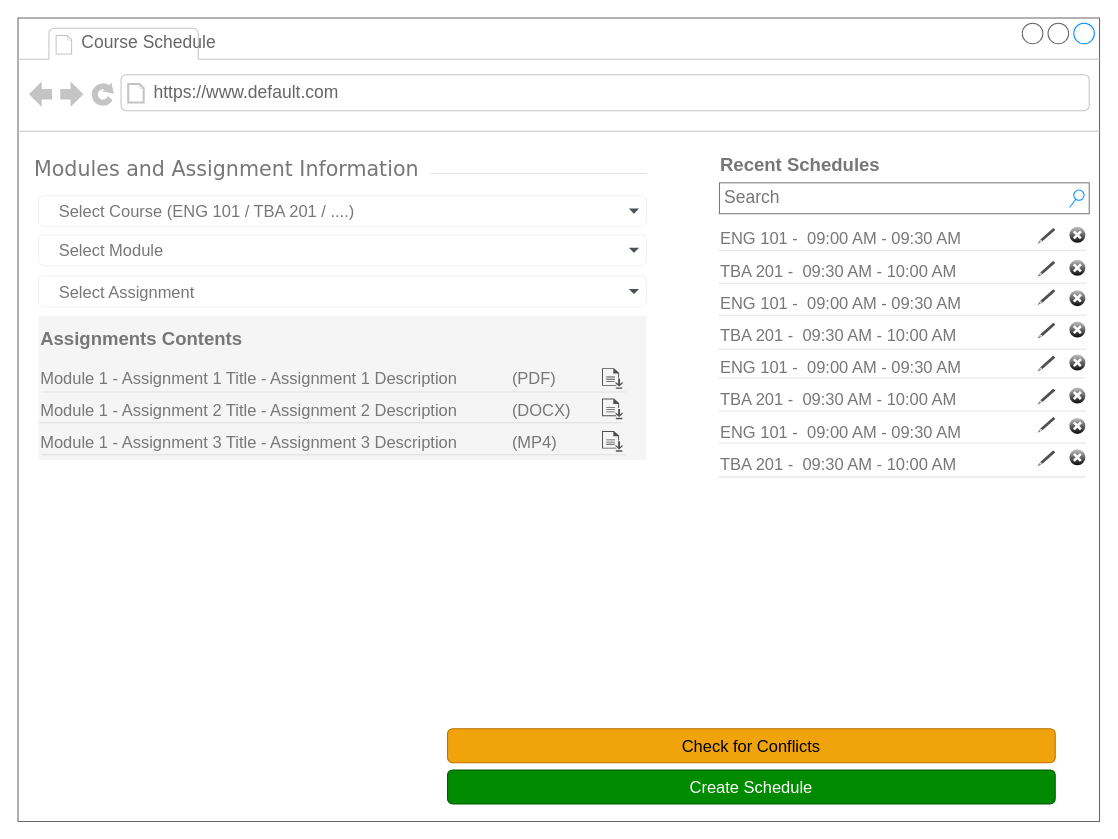
Above: page "Content Delivery and Interaction" (7 of 7) of 02 - LMS-SysCollege/04 - UI_Designs/WireFrame.drawio in ZohaibWaqarMalik/Technical-Business-Analyst-Projects (draw.io), before the change. Source tidied: cells renumbered, new cells numbered last; positions are measured from the earlier drawing's top-left corner, leaving out a move shared by most shapes. Both pictures are drawn from the tidied source at 103%, with x=0, y=0 at pixel (18, 18).
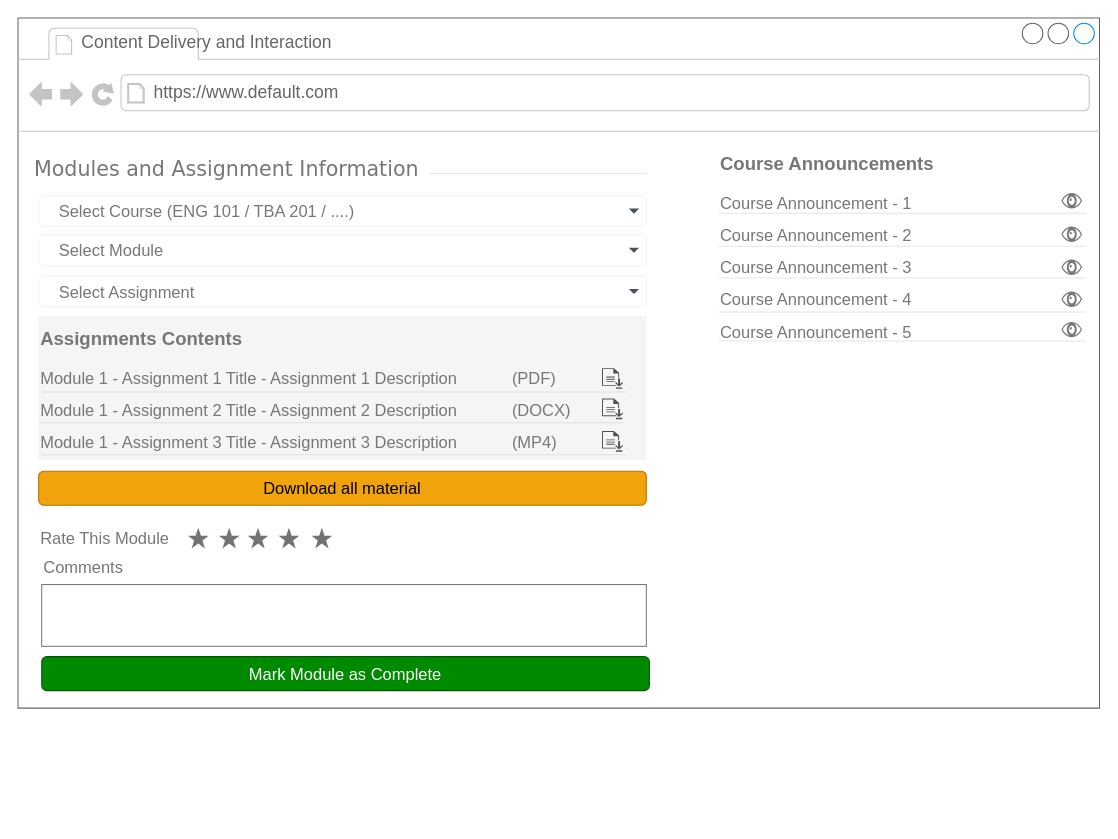
The same diagram, later.

Commit message (it also covers changes not shown here):
Update Wireframe Content Delivery and Interaction

What changed in the source:
```diff
@@
     <mxCell id="2" style="strokeWidth=1;shadow=0;dashed=0;align=center;html=1;shape=mxgraph.mockup.containers.browserWindow;rSize=0;strokeColor=#666666;mainText=,;rounded=0;labelBackgroundColor=none;fontFamily=Verdana;fontSize=12;" parent="1" vertex="1">
-      <mxGeometry width="1050" height="780" as="geometry" />
+      <mxGeometry width="1050" height="670" as="geometry" />
     </mxCell>
-    <mxCell id="3" value="Course Schedule" style="strokeWidth=1;shadow=0;dashed=0;align=center;html=1;shape=mxgraph.mockup.containers.anchor;fontSize=17;fontColor=#666666;align=left;" parent="2" vertex="1">
+    <mxCell id="3" value="Content Delivery and Interaction" style="strokeWidth=1;shadow=0;dashed=0;align=center;html=1;shape=mxgraph.mockup.containers.anchor;fontSize=17;fontColor=#666666;align=left;" parent="2" vertex="1">
       <mxGeometry x="60" y="12" width="170" height="26" as="geometry" />
     </mxCell>
@@
-    <mxCell id="9" value="&lt;h1 style=&quot;margin-top: 0px;&quot;&gt;&lt;font style=&quot;font-size: 18px;&quot;&gt;Recent Schedules&lt;/font&gt;&lt;/h1&gt;&lt;div&gt;&lt;font style=&quot;font-size: 18px;&quot;&gt;&lt;br&gt;&lt;/font&gt;&lt;/div&gt;&lt;p&gt;&lt;font style=&quot;font-size: 16px;&quot;&gt;&lt;span style=&quot;background-color: transparent; color: light-dark(rgb(119, 119, 119), rgb(135, 135, 135));&quot;&gt;ENG 101 -&amp;nbsp; 09:00 AM - 09:30 AM&lt;/span&gt;&lt;/font&gt;&lt;/p&gt;&lt;p&gt;&lt;span style=&quot;font-size: 16px;&quot;&gt;TBA 201 -&amp;nbsp; 09:30 AM - 10:00 AM&lt;/span&gt;&lt;/p&gt;&lt;p&gt;&lt;font style=&quot;font-size: 16px;&quot;&gt;&lt;/font&gt;&lt;/p&gt;&lt;p&gt;&lt;font style=&quot;font-size: 16px;&quot;&gt;ENG 101 -&amp;nbsp; 09:00 AM - 09:30 AM&lt;/font&gt;&lt;/p&gt;&lt;p&gt;&lt;span style=&quot;font-size: 16px;&quot;&gt;TBA 201 -&amp;nbsp; 09:30 AM - 10:00 AM&lt;/span&gt;&lt;/p&gt;&lt;p&gt;&lt;font style=&quot;font-size: 16px;&quot;&gt;ENG 101 -&amp;nbsp; 09:00 AM - 09:30 AM&lt;/font&gt;&lt;/p&gt;&lt;p&gt;&lt;span style=&quot;font-size: 16px;&quot;&gt;TBA 201 -&amp;nbsp; 09:30 AM - 10:00 AM&lt;/span&gt;&lt;/p&gt;&lt;p&gt;&lt;font style=&quot;font-size: 16px;&quot;&gt;ENG 101 -&amp;nbsp; 09:00 AM - 09:30 AM&lt;/font&gt;&lt;/p&gt;&lt;p&gt;&lt;font style=&quot;font-size: 16px;&quot;&gt;&lt;/font&gt;&lt;/p&gt;&lt;p&gt;&lt;span style=&quot;font-size: 16px;&quot;&gt;TBA 201 -&amp;nbsp; 09:30 AM - 10:00 AM&lt;/span&gt;&lt;/p&gt;&lt;p&gt;&lt;font style=&quot;font-size: 16px;&quot;&gt;&lt;span style=&quot;background-color: transparent; color: light-dark(rgb(119, 119, 119), rgb(135, 135, 135));&quot;&gt;&lt;br&gt;&lt;/span&gt;&lt;/font&gt;&lt;/p&gt;" style="text;html=1;whiteSpace=wrap;overflow=hidden;rounded=0;fontColor=#777777;" parent="2" vertex="1">
-      <mxGeometry x="680" y="120" width="360" height="650" as="geometry" />
+    <mxCell id="9" value="&lt;h1 style=&quot;margin-top: 0px;&quot;&gt;&lt;span style=&quot;font-size: 18px;&quot;&gt;Course Announcements&lt;/span&gt;&lt;/h1&gt;&lt;div&gt;&lt;span style=&quot;background-color: transparent; color: light-dark(rgb(119, 119, 119), rgb(135, 135, 135)); font-size: 16px;&quot;&gt;Course Announcement - 1&lt;/span&gt;&lt;/div&gt;&lt;p&gt;&lt;span style=&quot;font-size: 16px;&quot;&gt;Course Announcement - 2&lt;/span&gt;&lt;/p&gt;&lt;p&gt;&lt;font style=&quot;font-size: 16px;&quot;&gt;&lt;/font&gt;&lt;/p&gt;&lt;p&gt;&lt;span style=&quot;font-size: 16px;&quot;&gt;Course Announcement - 3&lt;/span&gt;&lt;/p&gt;&lt;p&gt;&lt;span style=&quot;font-size: 16px;&quot;&gt;Course Announcement - 4&lt;/span&gt;&lt;/p&gt;&lt;p&gt;&lt;span style=&quot;font-size: 16px;&quot;&gt;Course Announcement - 5&lt;/span&gt;&lt;/p&gt;&lt;p&gt;&lt;br&gt;&lt;/p&gt;" style="text;html=1;whiteSpace=wrap;overflow=hidden;rounded=0;fontColor=#777777;" parent="2" vertex="1">
+      <mxGeometry x="680" y="119" width="360" height="201" as="geometry" />
     </mxCell>
-    <mxCell id="10" style="sketch=0;shadow=0;dashed=0;html=1;strokeColor=none;fillColor=#505050;labelPosition=center;verticalLabelPosition=bottom;verticalAlign=top;align=center;shape=mxgraph.office.concepts.writing_pencil;" parent="2" vertex="1">
-      <mxGeometry x="990" y="204" width="17" height="15" as="geometry" />
-    </mxCell>
-    <mxCell id="11" style="sketch=0;shadow=0;dashed=0;html=1;strokeColor=none;fillColor=#505050;labelPosition=center;verticalLabelPosition=bottom;verticalAlign=top;align=center;shape=mxgraph.office.concepts.writing_pencil;" parent="2" vertex="1">
-      <mxGeometry x="990" y="236" width="17" height="15" as="geometry" />
-    </mxCell>
-    <mxCell id="12" style="sketch=0;shadow=0;dashed=0;html=1;strokeColor=none;fillColor=#505050;labelPosition=center;verticalLabelPosition=bottom;verticalAlign=top;align=center;shape=mxgraph.office.concepts.writing_pencil;" parent="2" vertex="1">
-      <mxGeometry x="990" y="263.5" width="17" height="15" as="geometry" />
-    </mxCell>
-    <mxCell id="13" style="sketch=0;shadow=0;dashed=0;html=1;strokeColor=none;fillColor=#505050;labelPosition=center;verticalLabelPosition=bottom;verticalAlign=top;align=center;shape=mxgraph.office.concepts.writing_pencil;" parent="2" vertex="1">
-      <mxGeometry x="990" y="296" width="17" height="15" as="geometry" />
-    </mxCell>
-    <mxCell id="14" style="verticalLabelPosition=bottom;verticalAlign=top;html=1;shadow=0;dashed=0;strokeWidth=1;shape=mxgraph.ios.iDeleteApp;fillColor=#cccccc;fillColor2=#000000;strokeColor=#ffffff;sketch=0;" parent="2" vertex="1">
-      <mxGeometry x="1020" y="202" width="17" height="17" as="geometry" />
-    </mxCell>
-    <mxCell id="15" style="verticalLabelPosition=bottom;verticalAlign=top;html=1;shadow=0;dashed=0;strokeWidth=1;shape=mxgraph.ios.iDeleteApp;fillColor=#cccccc;fillColor2=#000000;strokeColor=#ffffff;sketch=0;" parent="2" vertex="1">
-      <mxGeometry x="1020" y="234" width="17" height="17" as="geometry" />
-    </mxCell>
-    <mxCell id="16" style="verticalLabelPosition=bottom;verticalAlign=top;html=1;shadow=0;dashed=0;strokeWidth=1;shape=mxgraph.ios.iDeleteApp;fillColor=#cccccc;fillColor2=#000000;strokeColor=#ffffff;sketch=0;" parent="2" vertex="1">
-      <mxGeometry x="1020" y="263.5" width="17" height="17" as="geometry" />
-    </mxCell>
-    <mxCell id="17" style="verticalLabelPosition=bottom;verticalAlign=top;html=1;shadow=0;dashed=0;strokeWidth=1;shape=mxgraph.ios.iDeleteApp;fillColor=#cccccc;fillColor2=#000000;strokeColor=#ffffff;sketch=0;" parent="2" vertex="1">
-      <mxGeometry x="1020" y="294" width="17" height="17" as="geometry" />
-    </mxCell>
     <mxCell id="18" style="dashed=0;shape=line;strokeWidth=1;noLabel=1;strokeColor=#cccccc;opacity=50;fontSize=14;" parent="2" vertex="1">
-      <mxGeometry x="680" y="225" width="357" height="1" as="geometry" />
+      <mxGeometry x="680" y="189" width="357" height="1" as="geometry" />
     </mxCell>
     <mxCell id="19" style="dashed=0;shape=line;strokeWidth=1;noLabel=1;strokeColor=#cccccc;opacity=50;fontSize=14;" parent="2" vertex="1">
-      <mxGeometry x="680" y="257" width="357" height="1" as="geometry" />
+      <mxGeometry x="680" y="221" width="357" height="1" as="geometry" />
     </mxCell>
     <mxCell id="20" style="dashed=0;shape=line;strokeWidth=1;noLabel=1;strokeColor=#cccccc;opacity=50;fontSize=14;" parent="2" vertex="1">
-      <mxGeometry x="680" y="288" width="357" height="1" as="geometry" />
+      <mxGeometry x="680" y="252" width="357" height="1" as="geometry" />
     </mxCell>
     <mxCell id="21" style="dashed=0;shape=line;strokeWidth=1;noLabel=1;strokeColor=#cccccc;opacity=50;fontSize=14;" parent="2" vertex="1">
-      <mxGeometry x="680" y="321" width="357" height="1" as="geometry" />
+      <mxGeometry x="680" y="285" width="357" height="1" as="geometry" />
     </mxCell>
-    <mxCell id="22" value="&lt;font style=&quot;font-size: 16px;&quot;&gt;Check for Conflicts&lt;/font&gt;" style="rounded=1;fillColor=#f0a30a;strokeColor=#BD7000;html=1;whiteSpace=wrap;fontColor=#000000;align=center;verticalAlign=middle;fontStyle=0;fontSize=12;sketch=0;" parent="2" vertex="1">
-      <mxGeometry x="417" y="690" width="590" height="33" as="geometry" />
+    <mxCell id="22" value="&lt;font style=&quot;font-size: 16px;&quot;&gt;Download all material&lt;/font&gt;" style="rounded=1;fillColor=#f0a30a;strokeColor=#BD7000;html=1;whiteSpace=wrap;fontColor=#000000;align=center;verticalAlign=middle;fontStyle=0;fontSize=12;sketch=0;" parent="2" vertex="1">
+      <mxGeometry x="20" y="440" width="590" height="33" as="geometry" />
     </mxCell>
-    <mxCell id="23" value="&lt;font style=&quot;font-size: 16px;&quot;&gt;Create Schedule&lt;/font&gt;" style="rounded=1;fillColor=#008a00;strokeColor=#005700;html=1;whiteSpace=wrap;fontColor=#ffffff;align=center;verticalAlign=middle;fontStyle=0;fontSize=12;sketch=0;" parent="2" vertex="1">
-      <mxGeometry x="417" y="730" width="590" height="33" as="geometry" />
+    <mxCell id="23" value="&lt;font style=&quot;font-size: 16px;&quot;&gt;Mark Module as Complete&lt;/font&gt;" style="rounded=1;fillColor=#008a00;strokeColor=#005700;html=1;whiteSpace=wrap;fontColor=#ffffff;align=center;verticalAlign=middle;fontStyle=0;fontSize=12;sketch=0;" parent="2" vertex="1">
+      <mxGeometry x="23" y="620" width="590" height="33" as="geometry" />
     </mxCell>
-    <mxCell id="24" value="Search" style="strokeWidth=1;shadow=0;align=center;html=1;shape=mxgraph.mockup.forms.searchBox;strokeColor=#777777;mainText=;strokeColor2=#008cff;fontColor=#777777;fontSize=17;align=left;spacingLeft=3;whiteSpace=wrap;" parent="2" vertex="1">
-      <mxGeometry x="681" y="160" width="359" height="30" as="geometry" />
-    </mxCell>
-    <mxCell id="25" style="sketch=0;shadow=0;dashed=0;html=1;strokeColor=none;fillColor=#505050;labelPosition=center;verticalLabelPosition=bottom;verticalAlign=top;align=center;shape=mxgraph.office.concepts.writing_pencil;" parent="2" vertex="1">
-      <mxGeometry x="990" y="328" width="17" height="15" as="geometry" />
-    </mxCell>
-    <mxCell id="26" style="sketch=0;shadow=0;dashed=0;html=1;strokeColor=none;fillColor=#505050;labelPosition=center;verticalLabelPosition=bottom;verticalAlign=top;align=center;shape=mxgraph.office.concepts.writing_pencil;" parent="2" vertex="1">
-      <mxGeometry x="990" y="360" width="17" height="15" as="geometry" />
-    </mxCell>
-    <mxCell id="27" style="sketch=0;shadow=0;dashed=0;html=1;strokeColor=none;fillColor=#505050;labelPosition=center;verticalLabelPosition=bottom;verticalAlign=top;align=center;shape=mxgraph.office.concepts.writing_pencil;" parent="2" vertex="1">
-      <mxGeometry x="990" y="387.5" width="17" height="15" as="geometry" />
-    </mxCell>
-    <mxCell id="28" style="sketch=0;shadow=0;dashed=0;html=1;strokeColor=none;fillColor=#505050;labelPosition=center;verticalLabelPosition=bottom;verticalAlign=top;align=center;shape=mxgraph.office.concepts.writing_pencil;" parent="2" vertex="1">
-      <mxGeometry x="990" y="420" width="17" height="15" as="geometry" />
-    </mxCell>
-    <mxCell id="29" style="verticalLabelPosition=bottom;verticalAlign=top;html=1;shadow=0;dashed=0;strokeWidth=1;shape=mxgraph.ios.iDeleteApp;fillColor=#cccccc;fillColor2=#000000;strokeColor=#ffffff;sketch=0;" parent="2" vertex="1">
-      <mxGeometry x="1020" y="326" width="17" height="17" as="geometry" />
-    </mxCell>
-    <mxCell id="30" style="verticalLabelPosition=bottom;verticalAlign=top;html=1;shadow=0;dashed=0;strokeWidth=1;shape=mxgraph.ios.iDeleteApp;fillColor=#cccccc;fillColor2=#000000;strokeColor=#ffffff;sketch=0;" parent="2" vertex="1">
-      <mxGeometry x="1020" y="358" width="17" height="17" as="geometry" />
-    </mxCell>
-    <mxCell id="31" style="verticalLabelPosition=bottom;verticalAlign=top;html=1;shadow=0;dashed=0;strokeWidth=1;shape=mxgraph.ios.iDeleteApp;fillColor=#cccccc;fillColor2=#000000;strokeColor=#ffffff;sketch=0;" parent="2" vertex="1">
-      <mxGeometry x="1020" y="387.5" width="17" height="17" as="geometry" />
-    </mxCell>
-    <mxCell id="32" style="verticalLabelPosition=bottom;verticalAlign=top;html=1;shadow=0;dashed=0;strokeWidth=1;shape=mxgraph.ios.iDeleteApp;fillColor=#cccccc;fillColor2=#000000;strokeColor=#ffffff;sketch=0;" parent="2" vertex="1">
-      <mxGeometry x="1020" y="418" width="17" height="17" as="geometry" />
-    </mxCell>
     <mxCell id="33" style="dashed=0;shape=line;strokeWidth=1;noLabel=1;strokeColor=#cccccc;opacity=50;fontSize=14;" parent="2" vertex="1">
-      <mxGeometry x="680" y="349" width="357" height="1" as="geometry" />
+      <mxGeometry x="680" y="313" width="357" height="1" as="geometry" />
     </mxCell>
-    <mxCell id="34" style="dashed=0;shape=line;strokeWidth=1;noLabel=1;strokeColor=#cccccc;opacity=50;fontSize=14;" parent="2" vertex="1">
-      <mxGeometry x="680" y="381" width="357" height="1" as="geometry" />
-    </mxCell>
-    <mxCell id="35" style="dashed=0;shape=line;strokeWidth=1;noLabel=1;strokeColor=#cccccc;opacity=50;fontSize=14;" parent="2" vertex="1">
-      <mxGeometry x="680" y="412" width="357" height="1" as="geometry" />
-    </mxCell>
-    <mxCell id="36" style="dashed=0;shape=line;strokeWidth=1;noLabel=1;strokeColor=#cccccc;opacity=50;fontSize=14;" parent="2" vertex="1">
-      <mxGeometry x="680" y="445" width="357" height="1" as="geometry" />
-    </mxCell>
@@
+    <mxCell id="48" style="shape=mxgraph.signs.healthcare.eye;html=1;fillColor=#777777;strokeColor=none;verticalLabelPosition=bottom;verticalAlign=top;align=center;" parent="2" vertex="1">
+      <mxGeometry x="1013" y="170" width="20" height="15" as="geometry" />
+    </mxCell>
+    <mxCell id="49" style="shape=mxgraph.signs.healthcare.eye;html=1;fillColor=#777777;strokeColor=none;verticalLabelPosition=bottom;verticalAlign=top;align=center;" parent="2" vertex="1">
+      <mxGeometry x="1013" y="202.5" width="20" height="15" as="geometry" />
+    </mxCell>
+    <mxCell id="50" style="shape=mxgraph.signs.healthcare.eye;html=1;fillColor=#777777;strokeColor=none;verticalLabelPosition=bottom;verticalAlign=top;align=center;" parent="2" vertex="1">
+      <mxGeometry x="1013" y="234.5" width="20" height="15" as="geometry" />
+    </mxCell>
+    <mxCell id="51" style="shape=mxgraph.signs.healthcare.eye;html=1;fillColor=#777777;strokeColor=none;verticalLabelPosition=bottom;verticalAlign=top;align=center;" parent="2" vertex="1">
+      <mxGeometry x="1013" y="265.5" width="20" height="15" as="geometry" />
+    </mxCell>
+    <mxCell id="52" style="shape=mxgraph.signs.healthcare.eye;html=1;fillColor=#777777;strokeColor=none;verticalLabelPosition=bottom;verticalAlign=top;align=center;" parent="2" vertex="1">
+      <mxGeometry x="1013" y="295" width="20" height="15" as="geometry" />
+    </mxCell>
+    <mxCell id="53" style="html=1;dashed=0;verticalLabelPosition=bottom;verticalAlign=top;align=center;shape=mxgraph.gmdl.star;strokeColor=none;fillColor=#737373;shadow=0;sketch=0;" parent="2" vertex="1">
+      <mxGeometry x="165" y="495" width="20" height="20" as="geometry" />
+    </mxCell>
+    <mxCell id="54" value="Rate This Module" style="text;html=1;align=left;verticalAlign=middle;whiteSpace=wrap;rounded=0;fontColor=#777777;fontSize=16;" parent="2" vertex="1">
+      <mxGeometry x="20" y="490" width="130" height="30" as="geometry" />
+    </mxCell>
+    <mxCell id="55" style="html=1;dashed=0;verticalLabelPosition=bottom;verticalAlign=top;align=center;shape=mxgraph.gmdl.star;strokeColor=none;fillColor=#737373;shadow=0;sketch=0;" parent="2" vertex="1">
+      <mxGeometry x="195" y="495" width="20" height="20" as="geometry" />
+    </mxCell>
+    <mxCell id="56" style="html=1;dashed=0;verticalLabelPosition=bottom;verticalAlign=top;align=center;shape=mxgraph.gmdl.star;strokeColor=none;fillColor=#737373;shadow=0;sketch=0;" parent="2" vertex="1">
+      <mxGeometry x="223" y="495" width="20" height="20" as="geometry" />
+    </mxCell>
+    <mxCell id="57" style="html=1;dashed=0;verticalLabelPosition=bottom;verticalAlign=top;align=center;shape=mxgraph.gmdl.star;strokeColor=none;fillColor=#737373;shadow=0;sketch=0;" parent="2" vertex="1">
+      <mxGeometry x="253" y="495" width="20" height="20" as="geometry" />
+    </mxCell>
+    <mxCell id="58" style="html=1;dashed=0;verticalLabelPosition=bottom;verticalAlign=top;align=center;shape=mxgraph.gmdl.star;strokeColor=none;fillColor=#737373;shadow=0;sketch=0;" parent="2" vertex="1">
+      <mxGeometry x="285" y="495" width="20" height="20" as="geometry" />
+    </mxCell>
+    <mxCell id="59" style="rounded=0;whiteSpace=wrap;html=1;strokeColor=#777777;" parent="2" vertex="1">
+      <mxGeometry x="23" y="550" width="587" height="60" as="geometry" />
+    </mxCell>
+    <mxCell id="60" value="Comments" style="text;html=1;align=left;verticalAlign=middle;whiteSpace=wrap;rounded=0;fontColor=#777777;fontSize=16;" parent="2" vertex="1">
+      <mxGeometry x="23" y="518" width="130" height="30" as="geometry" />
+    </mxCell>
```
